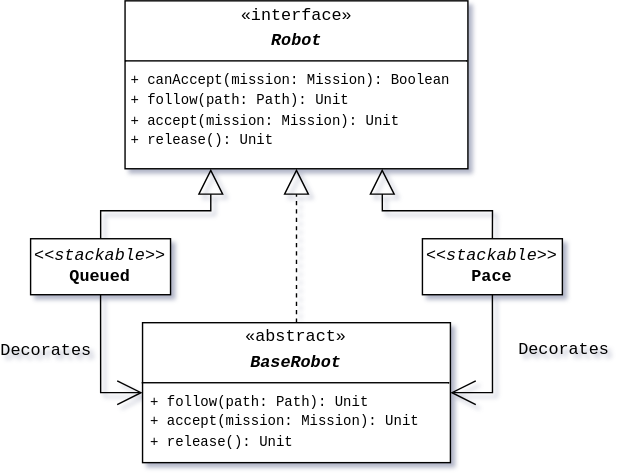
Above: docs/diagrams/robot-1.svg in GitMatt101/PPS-25-Sentinel (draw.io), before the change. Source tidied: cells renumbered, new cells last; positions are measured from the earlier drawing's top-left corner, leaving out a move shared by most shapes.
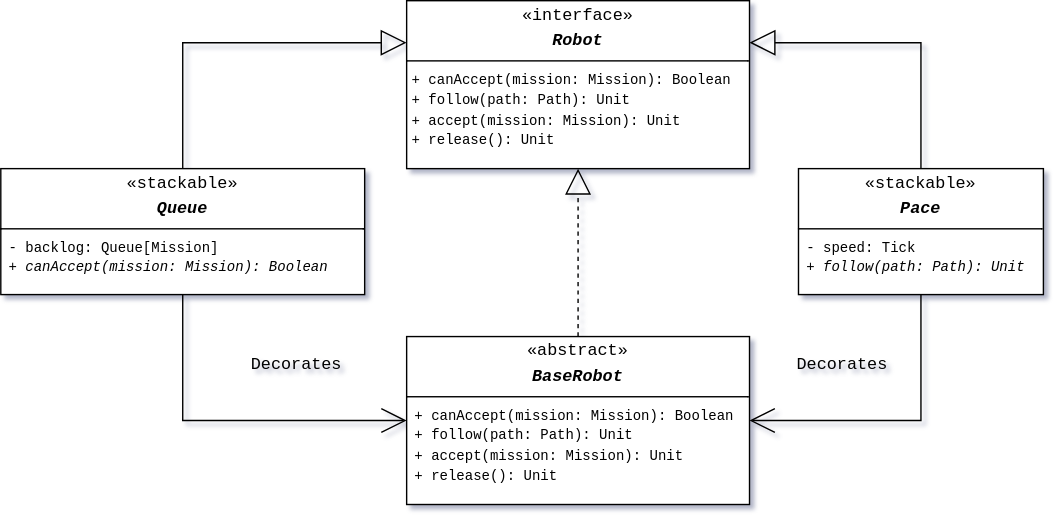
After the commit.

What changed in the source:
```diff
@@ -2,40 +2,40 @@
   <root>
     <mxCell id="0" />
     <mxCell id="1" parent="0" />
-    <mxCell id="2" style="edgeStyle=orthogonalEdgeStyle;rounded=0;jettySize=auto;html=1;entryX=0.25;entryY=1;entryDx=0;entryDy=0;endArrow=block;endFill=0;endSize=16;" parent="1" edge="1" source="4" target="10">
+    <mxCell id="2" style="edgeStyle=orthogonalEdgeStyle;rounded=0;jettySize=auto;html=1;entryX=0;entryY=0.25;entryDx=0;entryDy=0;endArrow=block;endFill=0;endSize=16;exitX=0.5;exitY=0;exitDx=0;exitDy=0;" parent="1" edge="1" source="11" target="8">
       <mxGeometry relative="1" as="geometry" />
     </mxCell>
-    <mxCell id="3" style="edgeStyle=orthogonalEdgeStyle;rounded=0;jettySize=auto;html=1;exitX=0.5;exitY=1;exitDx=0;exitDy=0;entryX=0;entryY=0.5;entryDx=0;entryDy=0;fontSize=12;startSize=8;endSize=16;endArrow=open;endFill=0;" parent="1" edge="1" source="4" target="11">
+    <mxCell id="3" style="edgeStyle=orthogonalEdgeStyle;rounded=0;jettySize=auto;html=1;exitX=0.5;exitY=1;exitDx=0;exitDy=0;entryX=0;entryY=0.5;entryDx=0;entryDy=0;fontSize=12;startSize=8;endSize=16;endArrow=open;endFill=0;" parent="1" edge="1" source="11" target="9">
       <mxGeometry relative="1" as="geometry" />
     </mxCell>
-    <mxCell id="4" value="&lt;div&gt;&lt;i&gt;&amp;lt;&amp;lt;stackable&amp;gt;&amp;gt;&lt;/i&gt;&lt;/div&gt;&lt;div&gt;&lt;b&gt;Queued&lt;/b&gt;&lt;/div&gt;" style="html=1;whiteSpace=wrap;fontFamily=Courier New;textShadow=0;" parent="1" vertex="1">
-      <mxGeometry y="170" width="100" height="40" as="geometry" />
+    <mxCell id="4" style="edgeStyle=orthogonalEdgeStyle;rounded=0;jettySize=auto;html=1;exitX=0.5;exitY=0;exitDx=0;exitDy=0;entryX=1;entryY=0.25;entryDx=0;entryDy=0;endArrow=block;endFill=0;endSize=16;" parent="1" edge="1" source="12" target="8">
+      <mxGeometry relative="1" as="geometry" />
     </mxCell>
-    <mxCell id="5" style="edgeStyle=orthogonalEdgeStyle;rounded=0;jettySize=auto;html=1;exitX=0.5;exitY=0;exitDx=0;exitDy=0;entryX=0.75;entryY=1;entryDx=0;entryDy=0;endArrow=block;endFill=0;endSize=16;" parent="1" edge="1" source="8" target="10">
+    <mxCell id="5" style="edgeStyle=orthogonalEdgeStyle;rounded=0;jettySize=auto;html=1;exitX=0.5;exitY=1;exitDx=0;exitDy=0;entryX=1;entryY=0.5;entryDx=0;entryDy=0;fontSize=12;startSize=8;endSize=16;endArrow=open;endFill=0;fontFamily=Courier New;" parent="1" edge="1" source="12" target="9">
       <mxGeometry relative="1" as="geometry" />
     </mxCell>
-    <mxCell id="6" style="edgeStyle=orthogonalEdgeStyle;rounded=0;jettySize=auto;html=1;exitX=0.5;exitY=1;exitDx=0;exitDy=0;entryX=1;entryY=0.5;entryDx=0;entryDy=0;fontSize=12;startSize=8;endSize=16;endArrow=open;endFill=0;fontFamily=Courier New;" parent="1" edge="1" source="8" target="11">
-      <mxGeometry relative="1" as="geometry" />
+    <mxCell id="6" value="Decorates" style="edgeLabel;html=1;align=center;verticalAlign=middle;fontSize=12;labelBackgroundColor=none;fontFamily=Courier New;" parent="5" vertex="1">
+      <mxGeometry x="-0.36" relative="1" as="geometry">
+        <mxPoint x="-57" y="-18" as="offset" />
+      </mxGeometry>
     </mxCell>
-    <mxCell id="7" value="Decorates" style="edgeLabel;html=1;align=center;verticalAlign=middle;fontSize=12;labelBackgroundColor=none;fontFamily=Courier New;" parent="6" vertex="1">
-      <mxGeometry x="-0.36" relative="1" as="geometry">
-        <mxPoint x="50" y="8" as="offset" />
-      </mxGeometry>
+    <mxCell id="7" style="rounded=0;jettySize=auto;html=1;exitX=0.5;exitY=0;exitDx=0;exitDy=0;entryX=0.5;entryY=1;entryDx=0;entryDy=0;dashed=1;endArrow=block;endFill=0;endSize=16;" parent="1" edge="1" source="9" target="8">
+      <mxGeometry relative="1" as="geometry" />
     </mxCell>
-    <mxCell id="8" value="&lt;div&gt;&lt;i&gt;&amp;lt;&amp;lt;stackable&amp;gt;&amp;gt;&lt;/i&gt;&lt;/div&gt;&lt;div&gt;&lt;b&gt;Pace&lt;/b&gt;&lt;/div&gt;" style="html=1;whiteSpace=wrap;fontFamily=Courier New;textShadow=0;" parent="1" vertex="1">
-      <mxGeometry x="280" y="170" width="100" height="40" as="geometry" />
+    <mxCell id="8" value="&lt;p style=&quot;margin:0px;margin-top:4px;text-align:center;&quot;&gt;«interface»&lt;/p&gt;&lt;p style=&quot;margin:0px;margin-top:4px;text-align:center;&quot;&gt;&lt;b&gt;&lt;i&gt;Robot&lt;/i&gt;&lt;/b&gt;&lt;/p&gt;&lt;hr size=&quot;1&quot; style=&quot;border-style:solid;&quot;&gt;&lt;p style=&quot;margin:0px;margin-left:4px;&quot;&gt;&lt;font style=&quot;font-size: 10px;&quot;&gt;+ canAccept(mission: Mission): Boolean&lt;/font&gt;&lt;/p&gt;&lt;p style=&quot;margin:0px;margin-left:4px;&quot;&gt;&lt;font style=&quot;font-size: 10px;&quot;&gt;+ follow(path: Path): Unit&lt;br&gt;+ accept(mission: Mission): Unit&lt;/font&gt;&lt;/p&gt;&lt;p style=&quot;margin:0px;margin-left:4px;&quot;&gt;&lt;font style=&quot;font-size: 10px;&quot;&gt;+ release(): Unit&lt;/font&gt;&lt;/p&gt;" style="verticalAlign=top;align=left;overflow=fill;html=1;whiteSpace=wrap;fontFamily=Courier New;" parent="1" vertex="1">
+      <mxGeometry x="75" y="-10" width="245" height="120" as="geometry" />
     </mxCell>
-    <mxCell id="9" style="rounded=0;jettySize=auto;html=1;exitX=0.5;exitY=0;exitDx=0;exitDy=0;entryX=0.5;entryY=1;entryDx=0;entryDy=0;dashed=1;endArrow=block;endFill=0;endSize=16;" parent="1" edge="1" source="11" target="10">
-      <mxGeometry relative="1" as="geometry" />
+    <mxCell id="9" value="&lt;p style=&quot;margin:0px;margin-top:4px;text-align:center;&quot;&gt;«abstract»&lt;/p&gt;&lt;p style=&quot;margin:0px;margin-top:4px;text-align:center;&quot;&gt;&lt;b&gt;&lt;i&gt;BaseRobot&lt;/i&gt;&lt;/b&gt;&lt;/p&gt;&lt;hr size=&quot;1&quot; style=&quot;border-style:solid;&quot;&gt;&lt;div&gt;&lt;font style=&quot;font-size: 10px;&quot;&gt;&amp;nbsp;&lt;/font&gt;&lt;font style=&quot;font-size: 10px;&quot;&gt;+ canAccept(mission: Mission): Boolean&lt;/font&gt;&lt;font style=&quot;font-size: 10px;&quot;&gt;&amp;nbsp;&lt;/font&gt;&lt;/div&gt;&lt;div&gt;&lt;font style=&quot;font-size: 10px;&quot;&gt;&amp;nbsp;+ follow(path: Path): Unit&lt;/font&gt;&lt;/div&gt;&lt;div&gt;&lt;font style=&quot;font-size: 10px;&quot;&gt;&amp;nbsp;+ accept(mission: Mission): Unit&lt;/font&gt;&lt;/div&gt;&lt;div&gt;&lt;font style=&quot;font-size: 10px;&quot;&gt;&amp;nbsp;+ release(): Unit&lt;/font&gt;&lt;/div&gt;" style="verticalAlign=top;align=left;overflow=fill;html=1;whiteSpace=wrap;fontFamily=Courier New;" parent="1" vertex="1">
+      <mxGeometry x="75" y="230" width="245" height="120" as="geometry" />
     </mxCell>
-    <mxCell id="10" value="&lt;p style=&quot;margin:0px;margin-top:4px;text-align:center;&quot;&gt;«interface»&lt;/p&gt;&lt;p style=&quot;margin:0px;margin-top:4px;text-align:center;&quot;&gt;&lt;b&gt;&lt;i&gt;Robot&lt;/i&gt;&lt;/b&gt;&lt;/p&gt;&lt;hr size=&quot;1&quot; style=&quot;border-style:solid;&quot;&gt;&lt;p style=&quot;margin:0px;margin-left:4px;&quot;&gt;&lt;font style=&quot;font-size: 10px;&quot;&gt;+ canAccept(mission: Mission): Boolean&lt;/font&gt;&lt;/p&gt;&lt;p style=&quot;margin:0px;margin-left:4px;&quot;&gt;&lt;font style=&quot;font-size: 10px;&quot;&gt;+ follow(path: Path): Unit&lt;br&gt;+ accept(mission: Mission): Unit&lt;/font&gt;&lt;/p&gt;&lt;p style=&quot;margin:0px;margin-left:4px;&quot;&gt;&lt;font style=&quot;font-size: 10px;&quot;&gt;+ release(): Unit&lt;/font&gt;&lt;/p&gt;" style="verticalAlign=top;align=left;overflow=fill;html=1;whiteSpace=wrap;fontFamily=Courier New;" parent="1" vertex="1">
-      <mxGeometry x="67.5" width="245" height="120" as="geometry" />
+    <mxCell id="10" value="Decorates" style="edgeLabel;html=1;align=center;verticalAlign=middle;points=[];fontSize=12;labelBackgroundColor=none;fontFamily=Courier New;" parent="1" vertex="1">
+      <mxGeometry x="-5" y="250" as="geometry" />
     </mxCell>
-    <mxCell id="11" value="&lt;p style=&quot;margin:0px;margin-top:4px;text-align:center;&quot;&gt;«abstract»&lt;/p&gt;&lt;p style=&quot;margin:0px;margin-top:4px;text-align:center;&quot;&gt;&lt;b&gt;&lt;i&gt;BaseRobot&lt;/i&gt;&lt;/b&gt;&lt;/p&gt;&lt;hr size=&quot;1&quot; style=&quot;border-style:solid;&quot;&gt;&lt;div&gt;&lt;font style=&quot;font-size: 10px;&quot;&gt;&amp;nbsp;+ follow(path: Path): Unit&lt;/font&gt;&lt;/div&gt;&lt;div&gt;&lt;font style=&quot;font-size: 10px;&quot;&gt;&amp;nbsp;+ accept(mission: Mission): Unit&lt;/font&gt;&lt;/div&gt;&lt;div&gt;&lt;font style=&quot;font-size: 10px;&quot;&gt;&amp;nbsp;+ release(): Unit&lt;/font&gt;&lt;/div&gt;" style="verticalAlign=top;align=left;overflow=fill;html=1;whiteSpace=wrap;fontFamily=Courier New;" parent="1" vertex="1">
-      <mxGeometry x="80" y="230" width="220" height="100" as="geometry" />
+    <mxCell id="11" value="&lt;p style=&quot;margin:0px;margin-top:4px;text-align:center;&quot;&gt;«stackable»&lt;/p&gt;&lt;p style=&quot;margin:0px;margin-top:4px;text-align:center;&quot;&gt;&lt;b&gt;&lt;i&gt;Queue&lt;/i&gt;&lt;/b&gt;&lt;/p&gt;&lt;hr size=&quot;1&quot; style=&quot;border-style:solid;&quot;&gt;&lt;div&gt;&lt;font style=&quot;font-size: 10px;&quot;&gt;&amp;nbsp;- backlog: Queue[Mission]&lt;/font&gt;&lt;/div&gt;&lt;div&gt;&lt;font style=&quot;font-size: 10px;&quot;&gt;&amp;nbsp;&lt;/font&gt;&lt;font style=&quot;font-size: 10px;&quot;&gt;&lt;i&gt;+ canAccept(mission: Mission): Boolean&lt;/i&gt;&lt;/font&gt;&lt;/div&gt;" style="verticalAlign=top;align=left;overflow=fill;html=1;whiteSpace=wrap;fontFamily=Courier New;" parent="1" vertex="1">
+      <mxGeometry x="-215" y="110" width="260" height="90" as="geometry" />
     </mxCell>
-    <mxCell id="12" value="Decorates" style="edgeLabel;html=1;align=center;verticalAlign=middle;points=[];fontSize=12;labelBackgroundColor=none;fontFamily=Courier New;" parent="1" vertex="1">
-      <mxGeometry x="10" y="250" as="geometry" />
+    <mxCell id="12" value="&lt;p style=&quot;margin:0px;margin-top:4px;text-align:center;&quot;&gt;«stackable»&lt;/p&gt;&lt;p style=&quot;margin:0px;margin-top:4px;text-align:center;&quot;&gt;&lt;b&gt;&lt;i&gt;Pace&lt;/i&gt;&lt;/b&gt;&lt;/p&gt;&lt;hr size=&quot;1&quot; style=&quot;border-style:solid;&quot;&gt;&lt;div&gt;&lt;font style=&quot;font-size: 10px;&quot;&gt;&amp;nbsp;- speed: Tick&lt;/font&gt;&lt;/div&gt;&lt;div&gt;&lt;font style=&quot;font-size: 10px;&quot;&gt;&amp;nbsp;&lt;/font&gt;&lt;font style=&quot;font-size: 10px;&quot;&gt;&lt;i&gt;+ follow(path: Path): Unit&lt;/i&gt;&lt;/font&gt;&lt;/div&gt;" style="verticalAlign=top;align=left;overflow=fill;html=1;whiteSpace=wrap;fontFamily=Courier New;" parent="1" vertex="1">
+      <mxGeometry x="355" y="110" width="175" height="90" as="geometry" />
     </mxCell>
   </root>
 </mxGraphModel>
```
